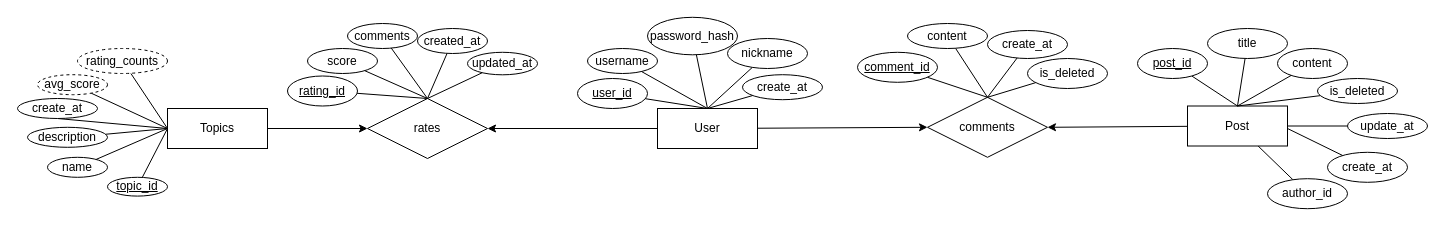
This is docs/2. ER Diagram.drawio from Nie-Tianyi/score_talk, a draw.io file, before an edit. Source tidied: cells renumbered, new cells numbered last; positions are measured from the earlier drawing's top-left corner, leaving out a move shared by most shapes. Both pictures are drawn from the tidied source at 100%, with x=0, y=0 at pixel (17, 17).
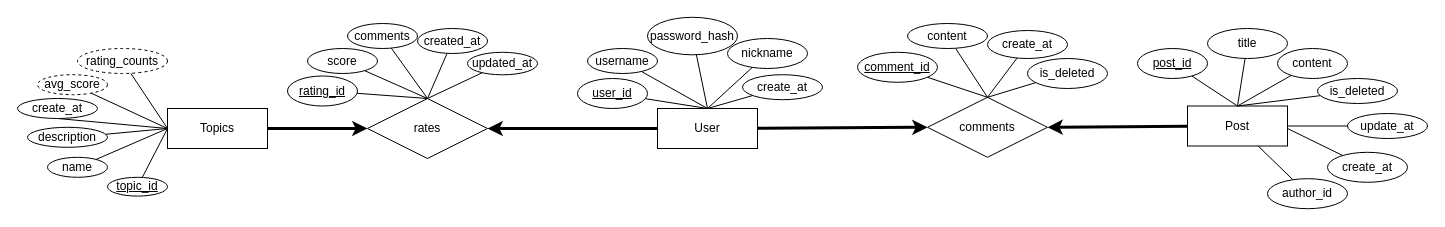
After the change.

Unchanged cells that the change refers to:
```xml
<mxCell id="4" value="User" style="whiteSpace=wrap;html=1;align=center;" parent="1" vertex="1">
  <mxGeometry x="640" y="91" width="100" height="40" as="geometry" />
</mxCell>
<mxCell id="17" value="Post" style="whiteSpace=wrap;html=1;align=center;" parent="1" vertex="1">
  <mxGeometry x="1170" y="88.5" width="100" height="40" as="geometry" />
</mxCell>
<mxCell id="31" value="Topics" style="whiteSpace=wrap;html=1;align=center;" parent="1" vertex="1">
  <mxGeometry x="150" y="91" width="100" height="40" as="geometry" />
</mxCell>
<mxCell id="40" value="rates" style="shape=rhombus;perimeter=rhombusPerimeter;whiteSpace=wrap;html=1;align=center;" parent="1" vertex="1">
  <mxGeometry x="350" y="81" width="120" height="60" as="geometry" />
</mxCell>
<mxCell id="51" value="comments" style="shape=rhombus;perimeter=rhombusPerimeter;whiteSpace=wrap;html=1;align=center;" parent="1" vertex="1">
  <mxGeometry x="910" y="79.8" width="120" height="60" as="geometry" />
</mxCell>
```

Diff of the diagram source:
```diff
@@
-    <mxCell id="2" style="edgeStyle=orthogonalEdgeStyle;rounded=0;jettySize=auto;html=1;entryX=1;entryY=0.5;entryDx=0;entryDy=0;" parent="1" edge="1" source="4" target="40">
+    <mxCell id="2" style="edgeStyle=orthogonalEdgeStyle;rounded=0;jettySize=auto;html=1;entryX=1;entryY=0.5;entryDx=0;entryDy=0;strokeWidth=3;" parent="1" edge="1" source="4" target="40">
       <mxGeometry relative="1" as="geometry" />
     </mxCell>
-    <mxCell id="3" style="rounded=0;jettySize=auto;html=1;entryX=0;entryY=0.5;entryDx=0;entryDy=0;" parent="1" edge="1" source="4" target="51">
+    <mxCell id="3" style="rounded=0;jettySize=auto;html=1;entryX=0;entryY=0.5;entryDx=0;entryDy=0;strokeWidth=3;" parent="1" edge="1" source="4" target="51">
       <mxGeometry relative="1" as="geometry" />
     </mxCell>
@@
-    <mxCell id="15" style="rounded=0;jettySize=auto;html=1;entryX=1;entryY=0.5;entryDx=0;entryDy=0;" parent="1" edge="1" source="17" target="51">
+    <mxCell id="15" style="rounded=0;jettySize=auto;html=1;entryX=1;entryY=0.5;entryDx=0;entryDy=0;strokeWidth=3;" parent="1" edge="1" source="17" target="51">
       <mxGeometry relative="1" as="geometry" />
     </mxCell>
@@
-    <mxCell id="30" style="edgeStyle=orthogonalEdgeStyle;rounded=0;jettySize=auto;html=1;entryX=0;entryY=0.5;entryDx=0;entryDy=0;" parent="1" edge="1" source="31" target="40">
+    <mxCell id="30" style="edgeStyle=orthogonalEdgeStyle;rounded=0;jettySize=auto;html=1;entryX=0;entryY=0.5;entryDx=0;entryDy=0;strokeWidth=3;" parent="1" edge="1" source="31" target="40">
       <mxGeometry relative="1" as="geometry" />
     </mxCell>
```
